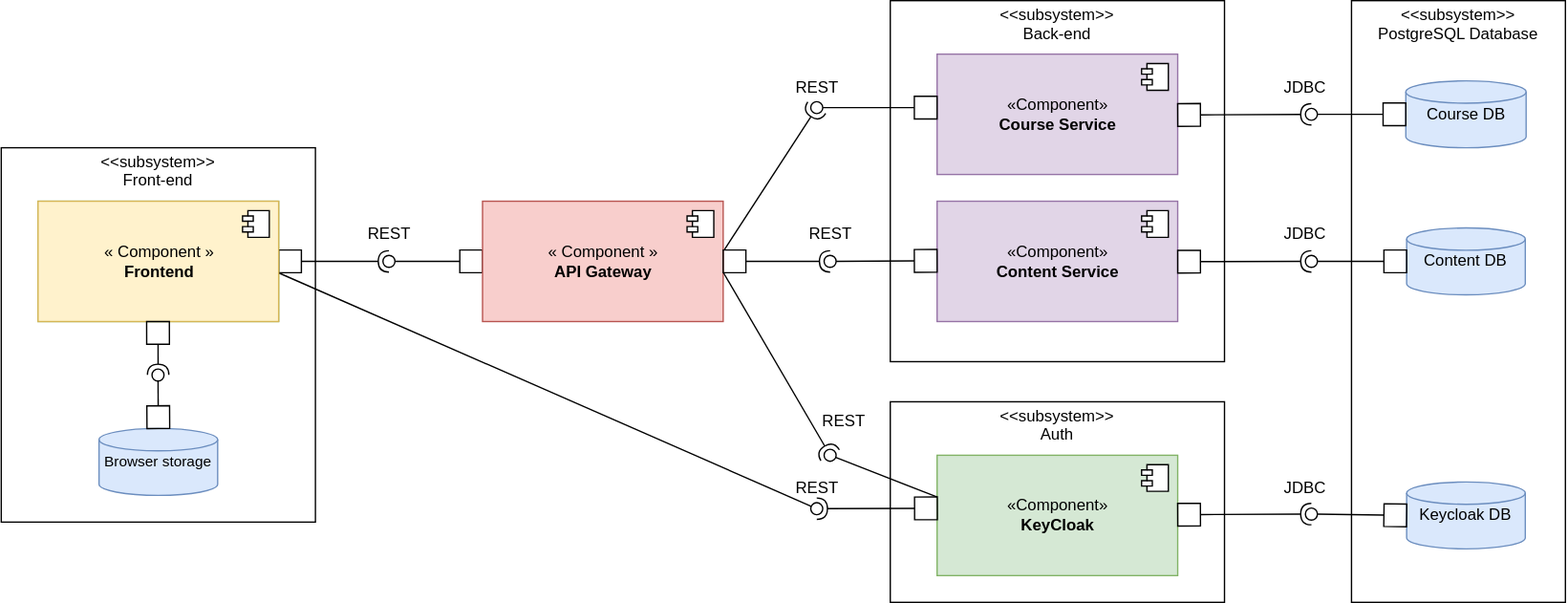
The draw.io diagram docs/design/components-diagram/component-diagram.dio.svg in dmr4eg/la-infrastructure, before a commit. Source tidied: cells renumbered, new cells last; positions are measured from the earlier drawing's top-left corner, leaving out a move shared by most shapes.
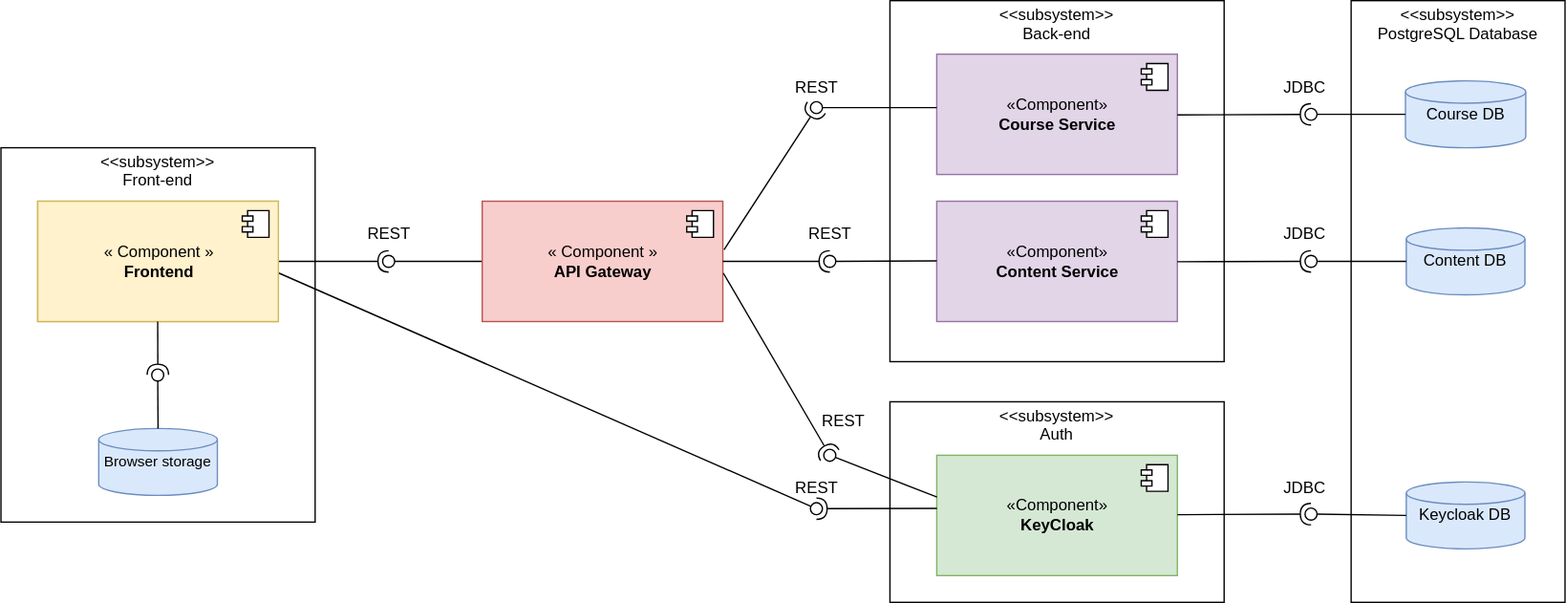
Above is the later version.

What changed in the source:
```diff
@@ -46,7 +46,7 @@
         <mxPoint x="-27" y="7" as="offset" />
       </mxGeometry>
     </mxCell>
-    <mxCell id="14" style="edgeStyle=none;html=1;endArrow=oval;endFill=0;endSize=9;startSize=15;startArrow=box;startFill=0;" parent="1" edge="1" source="15">
+    <mxCell id="14" style="edgeStyle=none;html=1;endArrow=oval;endFill=0;endSize=9;startSize=15;startArrow=none;startFill=0;" parent="1" edge="1" source="15">
       <mxGeometry relative="1" as="geometry">
         <mxPoint x="290" y="195" as="targetPoint" />
       </mxGeometry>
@@ -59,7 +59,7 @@
         <mxPoint x="-27" y="7" as="offset" />
       </mxGeometry>
     </mxCell>
-    <mxCell id="17" style="edgeStyle=none;html=1;endArrow=halfCircle;endFill=0;startArrow=box;startFill=0;endSize=6;targetPerimeterSpacing=0;sourcePerimeterSpacing=0;startSize=15;" parent="1" edge="1" source="19">
+    <mxCell id="17" style="edgeStyle=none;html=1;endArrow=halfCircle;endFill=0;startArrow=none;startFill=0;endSize=6;targetPerimeterSpacing=0;sourcePerimeterSpacing=0;startSize=15;" parent="1" edge="1" source="19">
       <mxGeometry relative="1" as="geometry">
         <mxPoint x="290" y="195" as="targetPoint" />
       </mxGeometry>
@@ -77,30 +77,30 @@
         <mxPoint x="-27" y="7" as="offset" />
       </mxGeometry>
     </mxCell>
-    <mxCell id="21" style="edgeStyle=none;html=1;endArrow=halfCircle;endFill=0;startArrow=box;startFill=0;endSize=6;targetPerimeterSpacing=0;sourcePerimeterSpacing=0;startSize=15;exitX=1;exitY=0.5;exitDx=0;exitDy=0;" parent="1" edge="1" source="15">
+    <mxCell id="21" style="edgeStyle=none;html=1;endArrow=halfCircle;endFill=0;startArrow=none;startFill=0;endSize=6;targetPerimeterSpacing=0;sourcePerimeterSpacing=0;startSize=15;exitX=1;exitY=0.5;exitDx=0;exitDy=0;" parent="1" edge="1" source="15">
       <mxGeometry relative="1" as="geometry">
         <mxPoint x="620" y="195" as="targetPoint" />
       </mxGeometry>
     </mxCell>
-    <mxCell id="22" style="edgeStyle=none;html=1;endArrow=halfCircle;endFill=0;endSize=6;startSize=15;startArrow=box;startFill=0;exitX=0.541;exitY=1.001;exitDx=0;exitDy=0;exitPerimeter=0;" parent="1" edge="1">
+    <mxCell id="22" style="edgeStyle=none;html=1;endArrow=halfCircle;endFill=0;endSize=6;startSize=15;startArrow=none;startFill=0;exitX=0.541;exitY=1.001;exitDx=0;exitDy=0;exitPerimeter=0;" parent="1" edge="1">
       <mxGeometry relative="1" as="geometry">
         <mxPoint x="117.2" y="240" as="sourcePoint" />
         <mxPoint x="117.4" y="279.9" as="targetPoint" />
       </mxGeometry>
     </mxCell>
-    <mxCell id="23" style="edgeStyle=none;html=1;endArrow=oval;endFill=0;endSize=9;startSize=15;startArrow=box;startFill=0;" parent="1" edge="1">
+    <mxCell id="23" style="edgeStyle=none;html=1;endArrow=oval;endFill=0;endSize=9;startSize=15;startArrow=none;startFill=0;" parent="1" edge="1">
       <mxGeometry relative="1" as="geometry">
         <mxPoint x="700" y="194.6" as="sourcePoint" />
         <mxPoint x="620" y="195" as="targetPoint" />
       </mxGeometry>
     </mxCell>
-    <mxCell id="24" style="edgeStyle=none;html=1;endArrow=oval;endFill=0;endSize=9;startSize=15;startArrow=box;startFill=0;" parent="1" edge="1">
+    <mxCell id="24" style="edgeStyle=none;html=1;endArrow=oval;endFill=0;endSize=9;startSize=15;startArrow=none;startFill=0;" parent="1" edge="1">
       <mxGeometry relative="1" as="geometry">
         <mxPoint x="700" y="80" as="sourcePoint" />
         <mxPoint x="610" y="80" as="targetPoint" />
       </mxGeometry>
     </mxCell>
-    <mxCell id="25" style="edgeStyle=none;html=1;endArrow=halfCircle;endFill=0;endSize=6;startSize=15;startArrow=box;startFill=0;exitX=0.001;exitY=0.441;exitDx=0;exitDy=0;exitPerimeter=0;" parent="1" edge="1" source="6">
+    <mxCell id="25" style="edgeStyle=none;html=1;endArrow=halfCircle;endFill=0;endSize=6;startSize=15;startArrow=none;startFill=0;exitX=0.001;exitY=0.441;exitDx=0;exitDy=0;exitPerimeter=0;" parent="1" edge="1" source="6">
       <mxGeometry relative="1" as="geometry">
         <mxPoint x="610" y="380" as="targetPoint" />
       </mxGeometry>
@@ -117,39 +117,39 @@
     <mxCell id="29" value="&lt;font style=&quot;font-size: 11px;&quot;&gt;Browser storage&lt;/font&gt;" style="strokeWidth=1;html=1;shape=mxgraph.flowchart.database;whiteSpace=wrap;fillColor=#dae8fc;strokeColor=#6c8ebf;" parent="1" vertex="1">
       <mxGeometry x="73.1" y="320" width="88.8" height="50" as="geometry" />
     </mxCell>
-    <mxCell id="30" style="edgeStyle=none;html=1;endArrow=oval;endFill=0;endSize=9;startSize=15;startArrow=box;startFill=0;exitX=0;exitY=0.5;exitDx=0;exitDy=0;exitPerimeter=0;" parent="1" edge="1" source="27">
+    <mxCell id="30" style="edgeStyle=none;html=1;endArrow=oval;endFill=0;endSize=9;startSize=15;startArrow=none;startFill=0;exitX=0;exitY=0.5;exitDx=0;exitDy=0;exitPerimeter=0;" parent="1" edge="1" source="27">
       <mxGeometry relative="1" as="geometry">
         <mxPoint x="980" y="195" as="targetPoint" />
       </mxGeometry>
     </mxCell>
-    <mxCell id="31" style="edgeStyle=none;html=1;endArrow=oval;endFill=0;endSize=9;startSize=15;startArrow=box;startFill=0;exitX=0;exitY=0.5;exitDx=0;exitDy=0;exitPerimeter=0;" parent="1" edge="1" source="26">
+    <mxCell id="31" style="edgeStyle=none;html=1;endArrow=oval;endFill=0;endSize=9;startSize=15;startArrow=none;startFill=0;exitX=0;exitY=0.5;exitDx=0;exitDy=0;exitPerimeter=0;" parent="1" edge="1" source="26">
       <mxGeometry relative="1" as="geometry">
         <mxPoint x="980" y="85" as="targetPoint" />
       </mxGeometry>
     </mxCell>
-    <mxCell id="32" style="edgeStyle=none;html=1;endArrow=oval;endFill=0;endSize=9;startSize=15;startArrow=box;startFill=0;exitX=0;exitY=0.5;exitDx=0;exitDy=0;exitPerimeter=0;" parent="1" edge="1" source="28">
+    <mxCell id="32" style="edgeStyle=none;html=1;endArrow=oval;endFill=0;endSize=9;startSize=15;startArrow=none;startFill=0;exitX=0;exitY=0.5;exitDx=0;exitDy=0;exitPerimeter=0;" parent="1" edge="1" source="28">
       <mxGeometry relative="1" as="geometry">
         <mxPoint x="980" y="384" as="targetPoint" />
       </mxGeometry>
     </mxCell>
-    <mxCell id="33" style="edgeStyle=none;html=1;endArrow=oval;endFill=0;endSize=9;startSize=15;startArrow=box;startFill=0;exitX=0.5;exitY=0;exitDx=0;exitDy=0;exitPerimeter=0;" parent="1" edge="1" source="29">
+    <mxCell id="33" style="edgeStyle=none;html=1;endArrow=oval;endFill=0;endSize=9;startSize=15;startArrow=none;startFill=0;exitX=0.5;exitY=0;exitDx=0;exitDy=0;exitPerimeter=0;" parent="1" edge="1" source="29">
       <mxGeometry relative="1" as="geometry">
         <mxPoint x="117.2" y="280" as="targetPoint" />
       </mxGeometry>
     </mxCell>
-    <mxCell id="34" style="edgeStyle=none;html=1;endArrow=halfCircle;endFill=0;startArrow=box;startFill=0;endSize=6;targetPerimeterSpacing=0;sourcePerimeterSpacing=0;startSize=15;" parent="1" edge="1">
+    <mxCell id="34" style="edgeStyle=none;html=1;endArrow=halfCircle;endFill=0;startArrow=none;startFill=0;endSize=6;targetPerimeterSpacing=0;sourcePerimeterSpacing=0;startSize=15;" parent="1" edge="1">
       <mxGeometry relative="1" as="geometry">
         <mxPoint x="880" y="384.4" as="sourcePoint" />
         <mxPoint x="980" y="384" as="targetPoint" />
       </mxGeometry>
     </mxCell>
-    <mxCell id="35" style="edgeStyle=none;html=1;endArrow=halfCircle;endFill=0;startArrow=box;startFill=0;endSize=6;targetPerimeterSpacing=0;sourcePerimeterSpacing=0;startSize=15;exitX=1;exitY=0.5;exitDx=0;exitDy=0;" parent="1" edge="1">
+    <mxCell id="35" style="edgeStyle=none;html=1;endArrow=halfCircle;endFill=0;startArrow=none;startFill=0;endSize=6;targetPerimeterSpacing=0;sourcePerimeterSpacing=0;startSize=15;exitX=1;exitY=0.5;exitDx=0;exitDy=0;" parent="1" edge="1">
       <mxGeometry relative="1" as="geometry">
         <mxPoint x="880" y="85.5" as="sourcePoint" />
         <mxPoint x="980" y="85" as="targetPoint" />
       </mxGeometry>
     </mxCell>
-    <mxCell id="36" style="edgeStyle=none;html=1;endArrow=halfCircle;endFill=0;startArrow=box;startFill=0;endSize=6;targetPerimeterSpacing=0;sourcePerimeterSpacing=0;startSize=15;" parent="1" edge="1">
+    <mxCell id="36" style="edgeStyle=none;html=1;endArrow=halfCircle;endFill=0;startArrow=none;startFill=0;endSize=6;targetPerimeterSpacing=0;sourcePerimeterSpacing=0;startSize=15;" parent="1" edge="1">
       <mxGeometry relative="1" as="geometry">
         <mxPoint x="880" y="195.2" as="sourcePoint" />
         <mxPoint x="980" y="195" as="targetPoint" />
```
